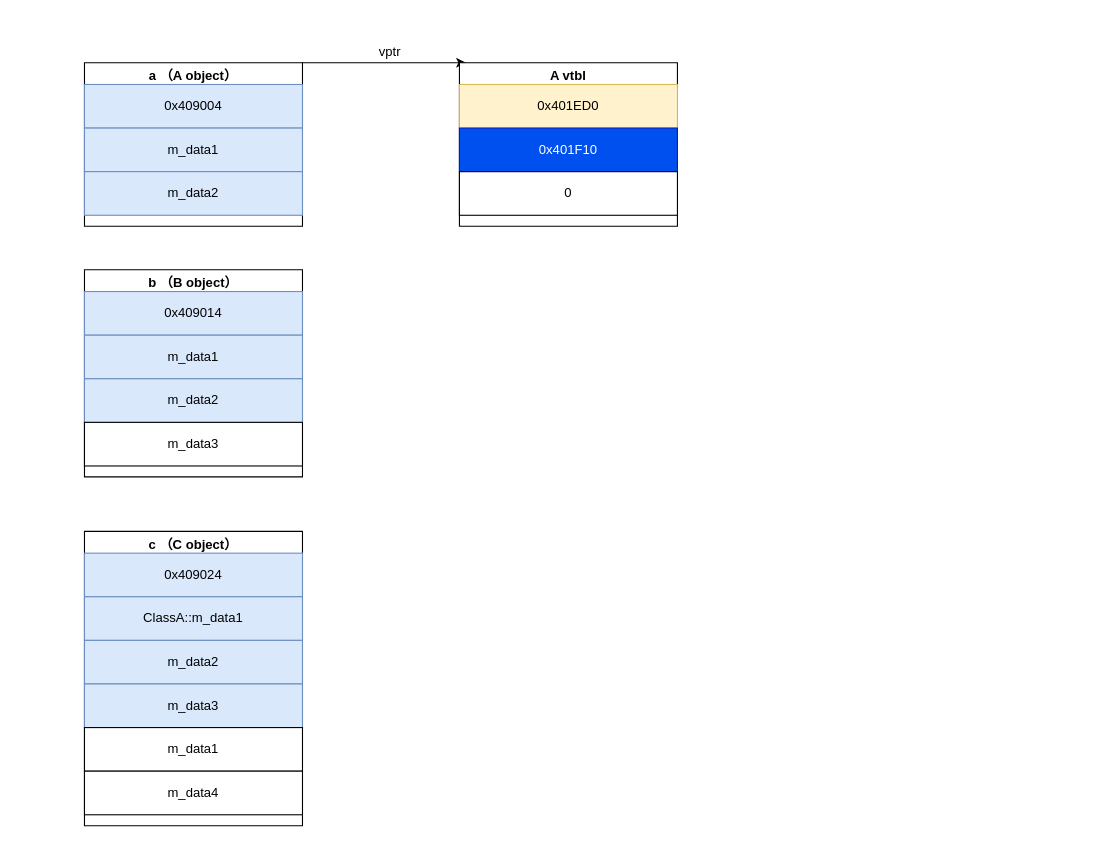
Above: _learning/cpp-learning/drawio/C++虚指针虚表.drawio in zengqingf/GeekTimeLearning (draw.io), before the change. Source tidied: cells renumbered, new cells numbered last; positions are measured from the earlier drawing's top-left corner, leaving out a move shared by most shapes. Both pictures are drawn from the tidied source at 109%, with x=0, y=0 at pixel (84, 40).
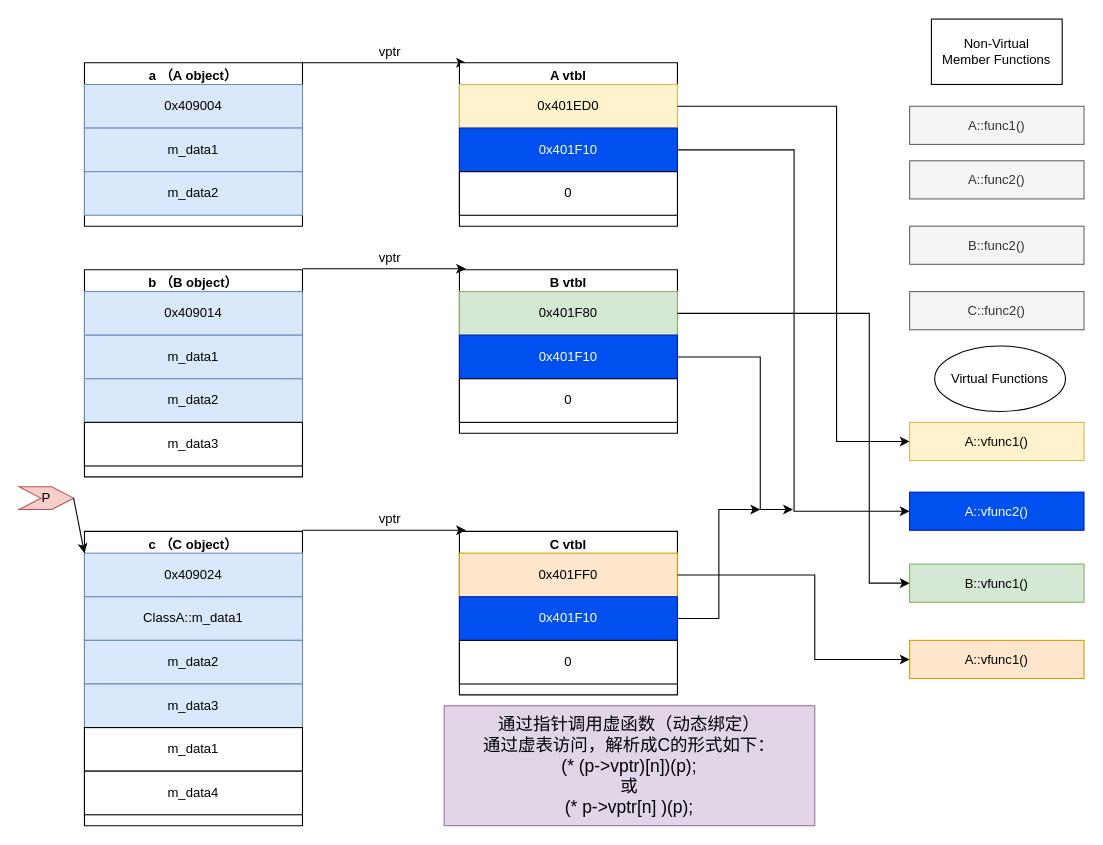
The same diagram, later.

Unchanged cells that the change refers to:
```xml
<mxCell id="12" value="0x409024" style="whiteSpace=wrap;html=1;fillColor=#dae8fc;strokeColor=#6c8ebf;" parent="11" vertex="1">
  <mxGeometry y="20" width="200" height="40" as="geometry" />
</mxCell>
<mxCell id="21" value="0x401ED0" style="whiteSpace=wrap;html=1;fillColor=#fff2cc;strokeColor=#d6b656;" parent="20" vertex="1">
  <mxGeometry y="20" width="200" height="40" as="geometry" />
</mxCell>
<mxCell id="22" value="0x401F10" style="whiteSpace=wrap;html=1;fillColor=#0050ef;fontColor=#ffffff;strokeColor=#001DBC;" parent="20" vertex="1">
  <mxGeometry y="60" width="200" height="40" as="geometry" />
</mxCell>
```

What changed in the source:
```diff
@@
+    <mxCell id="24" value="B vtbl" style="swimlane;" parent="1" vertex="1">
+      <mxGeometry x="344" y="210" width="200" height="150" as="geometry" />
+    </mxCell>
+    <mxCell id="25" value="0x401F80" style="whiteSpace=wrap;html=1;fillColor=#d5e8d4;strokeColor=#82b366;" parent="24" vertex="1">
+      <mxGeometry y="20" width="200" height="40" as="geometry" />
+    </mxCell>
+    <mxCell id="26" value="0x401F10" style="whiteSpace=wrap;html=1;fillColor=#0050ef;fontColor=#ffffff;strokeColor=#001DBC;" parent="24" vertex="1">
+      <mxGeometry y="60" width="200" height="40" as="geometry" />
+    </mxCell>
+    <mxCell id="27" value="0" style="whiteSpace=wrap;html=1;" parent="24" vertex="1">
+      <mxGeometry y="100" width="200" height="40" as="geometry" />
+    </mxCell>
+    <mxCell id="28" value="C vtbl" style="swimlane;" parent="1" vertex="1">
+      <mxGeometry x="344" y="450" width="200" height="150" as="geometry" />
+    </mxCell>
+    <mxCell id="29" value="0x401FF0" style="whiteSpace=wrap;html=1;fillColor=#ffe6cc;strokeColor=#d79b00;" parent="28" vertex="1">
+      <mxGeometry y="20" width="200" height="40" as="geometry" />
+    </mxCell>
+    <mxCell id="30" value="0x401F10" style="whiteSpace=wrap;html=1;fillColor=#0050ef;fontColor=#ffffff;strokeColor=#001DBC;" parent="28" vertex="1">
+      <mxGeometry y="60" width="200" height="40" as="geometry" />
+    </mxCell>
+    <mxCell id="31" value="0" style="whiteSpace=wrap;html=1;" parent="28" vertex="1">
+      <mxGeometry y="100" width="200" height="40" as="geometry" />
+    </mxCell>
+    <mxCell id="32" style="endArrow=classic;html=1;rounded=0;exitX=1;exitY=0;exitDx=0;exitDy=0;" parent="1" edge="1">
+      <mxGeometry relative="1" as="geometry">
+        <mxPoint x="200" y="209" as="sourcePoint" />
+        <mxPoint x="350" y="209" as="targetPoint" />
+      </mxGeometry>
+    </mxCell>
+    <mxCell id="33" value="vptr" style="text;html=1;align=center;verticalAlign=middle;strokeColor=none;fillColor=none;" parent="1" vertex="1">
+      <mxGeometry x="260" y="189" width="40" height="20" as="geometry" />
+    </mxCell>
+    <mxCell id="34" style="endArrow=classic;html=1;rounded=0;exitX=1;exitY=0;exitDx=0;exitDy=0;" parent="1" edge="1">
+      <mxGeometry relative="1" as="geometry">
+        <mxPoint x="200" y="449" as="sourcePoint" />
+        <mxPoint x="350" y="449" as="targetPoint" />
+      </mxGeometry>
+    </mxCell>
+    <mxCell id="35" value="vptr" style="text;html=1;align=center;verticalAlign=middle;strokeColor=none;fillColor=none;" parent="1" vertex="1">
+      <mxGeometry x="260" y="429" width="40" height="20" as="geometry" />
+    </mxCell>
+    <mxCell id="36" style="edgeStyle=elbowEdgeStyle;elbow=horizontal;endArrow=classic;html=1;rounded=0;exitX=1;exitY=0.5;exitDx=0;exitDy=0;entryX=0;entryY=0.5;entryDx=0;entryDy=0;" parent="1" edge="1" source="21" target="37">
+      <mxGeometry relative="1" as="geometry">
+        <Array as="points">
+          <mxPoint x="690" y="190" />
+        </Array>
+      </mxGeometry>
+    </mxCell>
+    <mxCell id="37" value="A::vfunc1()" style="rounded=0;whiteSpace=wrap;html=1;fillColor=#fff2cc;strokeColor=#d6b656;" parent="1" vertex="1">
+      <mxGeometry x="757" y="350" width="160" height="35" as="geometry" />
+    </mxCell>
+    <mxCell id="38" style="edgeStyle=elbowEdgeStyle;elbow=horizontal;endArrow=classic;html=1;rounded=0;entryX=0;entryY=0.5;entryDx=0;entryDy=0;" parent="1" edge="1" source="22" target="39">
+      <mxGeometry relative="1" as="geometry" />
+    </mxCell>
+    <mxCell id="39" value="A::vfunc2()" style="rounded=0;whiteSpace=wrap;html=1;fillColor=#0050ef;strokeColor=#001DBC;fontColor=#ffffff;" parent="1" vertex="1">
+      <mxGeometry x="757" y="414" width="160" height="35" as="geometry" />
+    </mxCell>
+    <mxCell id="40" value="B::vfunc1()" style="rounded=0;whiteSpace=wrap;html=1;fillColor=#d5e8d4;strokeColor=#82b366;" parent="1" vertex="1">
+      <mxGeometry x="757" y="480" width="160" height="35" as="geometry" />
+    </mxCell>
+    <mxCell id="41" value="A::vfunc1()" style="rounded=0;whiteSpace=wrap;html=1;fillColor=#ffe6cc;strokeColor=#d79b00;" parent="1" vertex="1">
+      <mxGeometry x="757" y="550" width="160" height="35" as="geometry" />
+    </mxCell>
+    <mxCell id="42" style="edgeStyle=elbowEdgeStyle;elbow=horizontal;endArrow=classic;html=1;rounded=0;exitX=1;exitY=0.5;exitDx=0;exitDy=0;" parent="1" edge="1" source="26">
+      <mxGeometry relative="1" as="geometry">
+        <mxPoint x="650" y="430" as="targetPoint" />
+        <Array as="points">
+          <mxPoint x="620" y="360" />
+        </Array>
+      </mxGeometry>
+    </mxCell>
+    <mxCell id="43" style="edgeStyle=elbowEdgeStyle;elbow=horizontal;endArrow=classic;html=1;rounded=0;exitX=1;exitY=0.5;exitDx=0;exitDy=0;" parent="1" edge="1" source="30">
+      <mxGeometry relative="1" as="geometry">
+        <mxPoint x="620" y="430" as="targetPoint" />
+      </mxGeometry>
+    </mxCell>
+    <mxCell id="44" style="edgeStyle=elbowEdgeStyle;elbow=horizontal;endArrow=classic;html=1;rounded=0;exitX=1;exitY=0.5;exitDx=0;exitDy=0;entryX=0;entryY=0.5;entryDx=0;entryDy=0;" parent="1" edge="1" source="25" target="40">
+      <mxGeometry relative="1" as="geometry">
+        <Array as="points">
+          <mxPoint x="720" y="380" />
+        </Array>
+      </mxGeometry>
+    </mxCell>
+    <mxCell id="45" style="edgeStyle=elbowEdgeStyle;elbow=horizontal;endArrow=classic;html=1;rounded=0;exitX=1;exitY=0.5;exitDx=0;exitDy=0;" parent="1" edge="1" source="29" target="41">
+      <mxGeometry relative="1" as="geometry">
+        <Array as="points">
+          <mxPoint x="670" y="530" />
+          <mxPoint x="650" y="530" />
+        </Array>
+      </mxGeometry>
+    </mxCell>
+    <mxCell id="46" value="Virtual Functions" style="ellipse;whiteSpace=wrap;html=1;" parent="1" vertex="1">
+      <mxGeometry x="780" y="280" width="120" height="60" as="geometry" />
+    </mxCell>
+    <mxCell id="47" value="Non-Virtual&lt;br&gt;Member Functions" style="whiteSpace=wrap;html=1;" parent="1" vertex="1">
+      <mxGeometry x="777" y="-20" width="120" height="60" as="geometry" />
+    </mxCell>
+    <mxCell id="48" value="A::func1()" style="rounded=0;whiteSpace=wrap;html=1;fillColor=#f5f5f5;strokeColor=#666666;fontColor=#333333;" parent="1" vertex="1">
+      <mxGeometry x="757" y="60" width="160" height="35" as="geometry" />
+    </mxCell>
+    <mxCell id="49" value="A::func2()" style="rounded=0;whiteSpace=wrap;html=1;fillColor=#f5f5f5;strokeColor=#666666;fontColor=#333333;" parent="1" vertex="1">
+      <mxGeometry x="757" y="110" width="160" height="35" as="geometry" />
+    </mxCell>
+    <mxCell id="50" value="B::func2()" style="rounded=0;whiteSpace=wrap;html=1;fillColor=#f5f5f5;strokeColor=#666666;fontColor=#333333;" parent="1" vertex="1">
+      <mxGeometry x="757" y="170" width="160" height="35" as="geometry" />
+    </mxCell>
+    <mxCell id="51" value="C::func2()" style="rounded=0;whiteSpace=wrap;html=1;fillColor=#f5f5f5;strokeColor=#666666;fontColor=#333333;" parent="1" vertex="1">
+      <mxGeometry x="757" y="230" width="160" height="35" as="geometry" />
+    </mxCell>
+    <mxCell id="52" value="P" style="shape=step;perimeter=stepPerimeter;whiteSpace=wrap;html=1;fixedSize=1;fillColor=#f8cecc;strokeColor=#b85450;" parent="1" vertex="1">
+      <mxGeometry x="-60" y="409" width="50" height="21" as="geometry" />
+    </mxCell>
+    <mxCell id="53" style="endArrow=classic;html=1;rounded=0;exitX=1;exitY=0.5;exitDx=0;exitDy=0;entryX=0;entryY=0;entryDx=0;entryDy=0;" parent="1" edge="1" source="52" target="12">
+      <mxGeometry relative="1" as="geometry" />
+    </mxCell>
+    <mxCell id="54" value="&lt;div style=&quot;font-size: 16px;&quot;&gt;&lt;font style=&quot;font-size: 16px;&quot;&gt;通过指针调用虚函数（动态绑定）&lt;/font&gt;&lt;/div&gt;&lt;div style=&quot;font-size: 16px;&quot;&gt;&lt;font style=&quot;font-size: 16px;&quot;&gt;通过虚表访问，解析成C的形式如下：&lt;/font&gt;&lt;/div&gt;&lt;div style=&quot;font-size: 16px;&quot;&gt;&lt;font style=&quot;font-size: 16px;&quot;&gt;(* (p-&amp;gt;vptr)[n])(p);&lt;/font&gt;&lt;/div&gt;&lt;div style=&quot;font-size: 16px;&quot;&gt;&lt;font style=&quot;font-size: 16px;&quot;&gt;或&lt;/font&gt;&lt;/div&gt;&lt;div style=&quot;font-size: 16px;&quot;&gt;&lt;font style=&quot;font-size: 16px;&quot;&gt;(* p-&amp;gt;vptr[n] )(p);&lt;/font&gt;&lt;/div&gt;" style="whiteSpace=wrap;html=1;fillColor=#e1d5e7;strokeColor=#9673a6;" parent="1" vertex="1">
+      <mxGeometry x="330" y="610" width="340" height="110" as="geometry" />
+    </mxCell>
```
